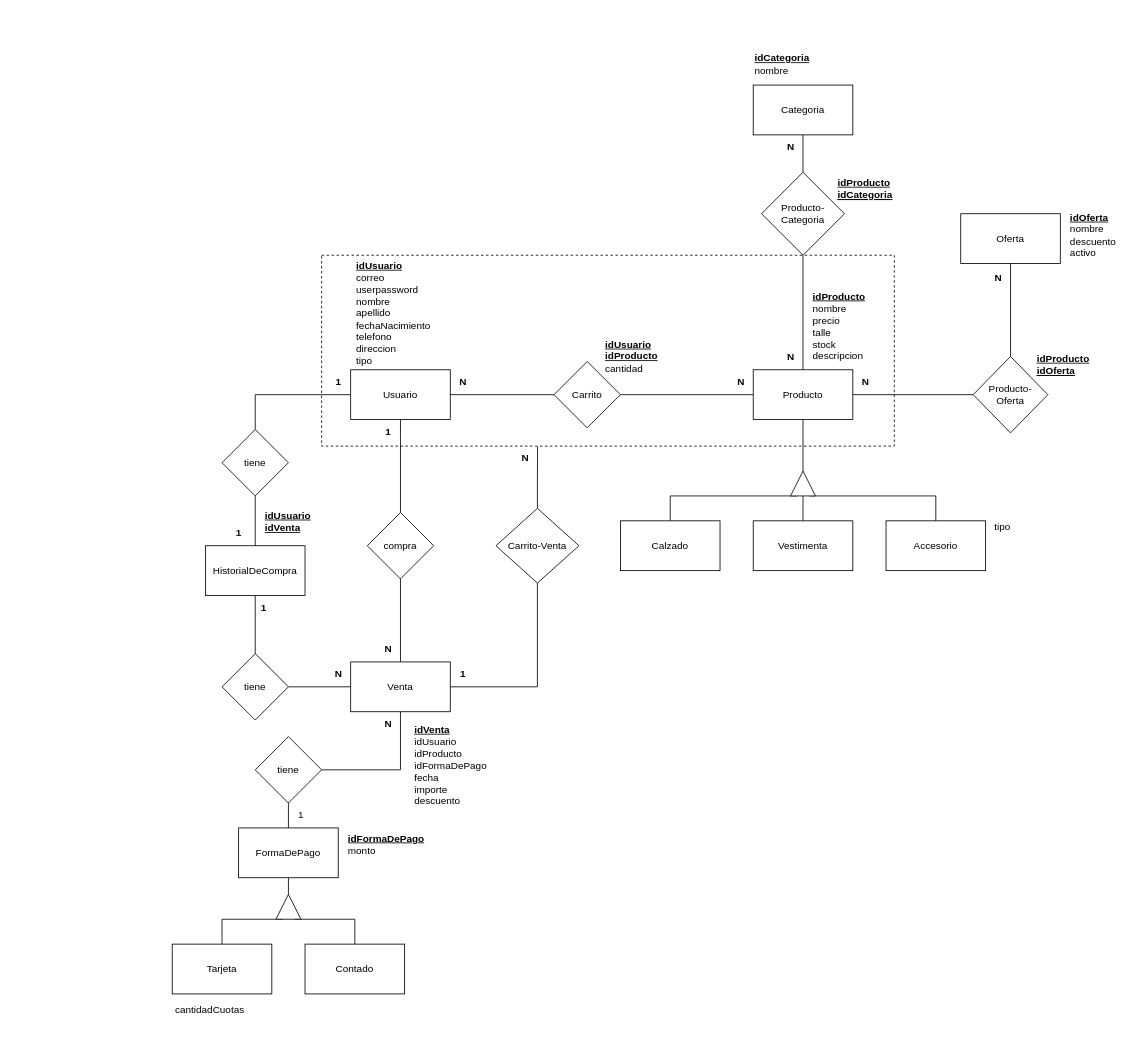
Before: documentacion-Ecommerce/MEREcommerce.drawio in YolausGG/ProyectosReact-TrocheGodoy, a draw.io diagram. Source tidied: cells renumbered, new cells numbered last; positions are measured from the earlier drawing's top-left corner, leaving out a move shared by most shapes. Both pictures are drawn from the tidied source at 83%, with x=0, y=0 at pixel (164, 56).
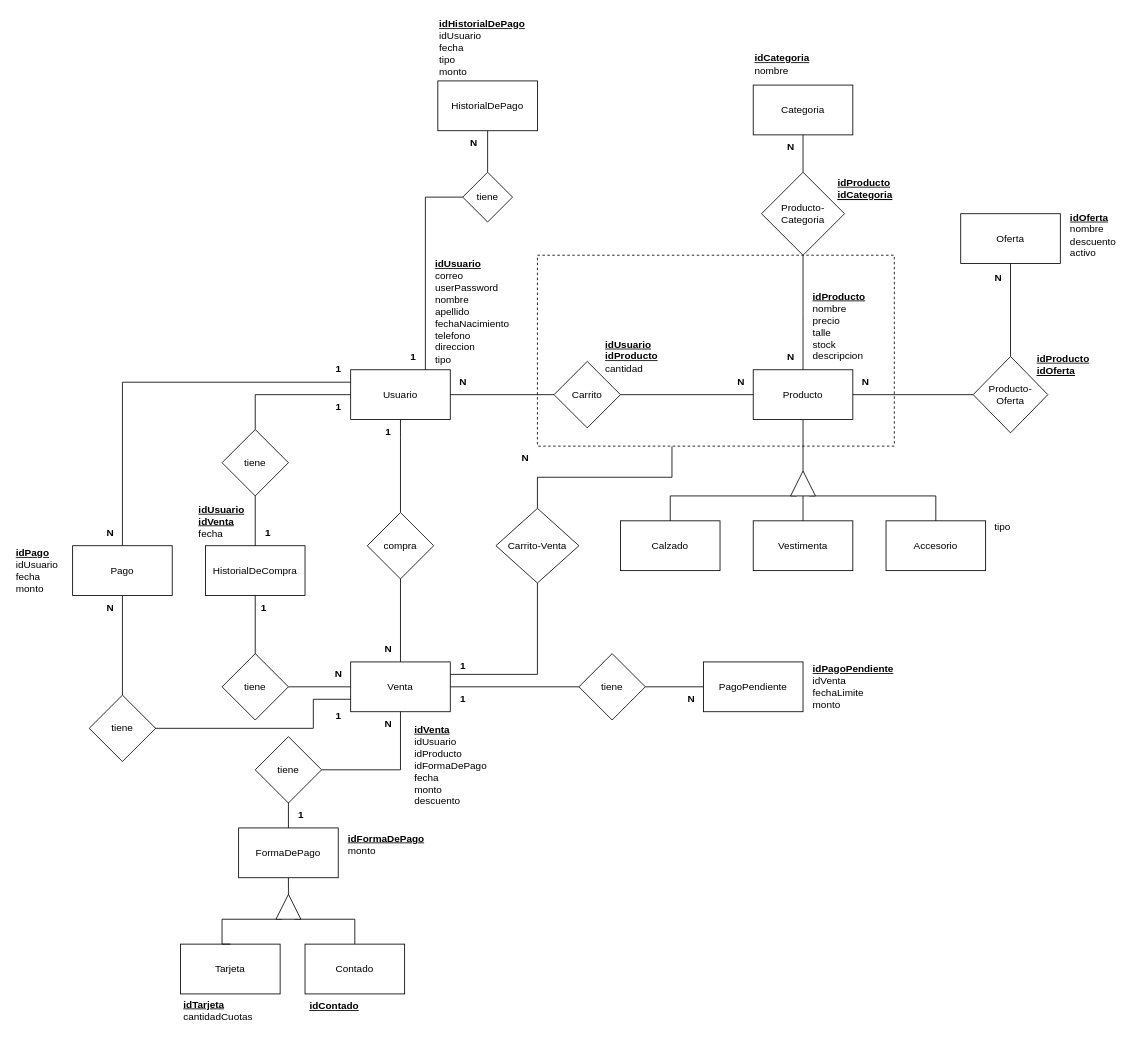
After the change.

The change refers to these unchanged cells:
```xml
<mxCell id="6" value="Usuario" style="rounded=0;whiteSpace=wrap;html=1;" parent="1" vertex="1">
  <mxGeometry x="225" y="378" width="120" height="60" as="geometry" />
</mxCell>
<mxCell id="8" value="Venta" style="whiteSpace=wrap;html=1;" parent="1" vertex="1">
  <mxGeometry x="225" y="730" width="120" height="60" as="geometry" />
</mxCell>
<mxCell id="29" value="Carrito-Venta" style="rhombus;whiteSpace=wrap;html=1;" parent="1" vertex="1">
  <mxGeometry x="400" y="545" width="100" height="90" as="geometry" />
</mxCell>
```

Change to the diagram source:
```diff
@@
+    <mxCell id="77" style="edgeStyle=orthogonalEdgeStyle;rounded=0;jettySize=auto;html=1;exitX=0.5;exitY=0;exitDx=0;exitDy=0;entryX=0.5;entryY=1;entryDx=0;entryDy=0;endArrow=none;endFill=0;" parent="1" edge="1" source="83" target="81">
+      <mxGeometry relative="1" as="geometry" />
+    </mxCell>
+    <mxCell id="78" style="edgeStyle=orthogonalEdgeStyle;rounded=0;jettySize=auto;html=1;exitX=0;exitY=0.25;exitDx=0;exitDy=0;entryX=0.5;entryY=0;entryDx=0;entryDy=0;endArrow=none;endFill=0;" parent="1" edge="1" source="6" target="90">
+      <mxGeometry relative="1" as="geometry" />
+    </mxCell>
@@
-    <mxCell id="7" style="edgeStyle=orthogonalEdgeStyle;rounded=0;jettySize=auto;html=1;entryX=0.5;entryY=1;entryDx=0;entryDy=0;endArrow=none;endFill=0;" parent="1" edge="1" source="8" target="29">
-      <mxGeometry relative="1" as="geometry" />
+    <mxCell id="7" style="edgeStyle=orthogonalEdgeStyle;rounded=0;jettySize=auto;html=1;entryX=0.5;entryY=1;entryDx=0;entryDy=0;endArrow=none;endFill=0;exitX=1;exitY=0.25;exitDx=0;exitDy=0;" parent="1" edge="1" source="8" target="29">
+      <mxGeometry relative="1" as="geometry">
+        <Array as="points">
+          <mxPoint x="450" y="745" />
+        </Array>
+      </mxGeometry>
     </mxCell>
+    <mxCell id="79" style="edgeStyle=orthogonalEdgeStyle;rounded=0;jettySize=auto;html=1;exitX=0.5;exitY=0;exitDx=0;exitDy=0;entryX=0.5;entryY=1;entryDx=0;entryDy=0;endArrow=none;endFill=0;" parent="1" edge="1" source="92" target="90">
+      <mxGeometry relative="1" as="geometry" />
+    </mxCell>
+    <mxCell id="80" style="edgeStyle=orthogonalEdgeStyle;rounded=0;jettySize=auto;html=1;entryX=0;entryY=0.5;entryDx=0;entryDy=0;endArrow=none;endFill=0;" parent="1" edge="1" source="8" target="88">
+      <mxGeometry relative="1" as="geometry" />
+    </mxCell>
@@
     <mxCell id="19" value="1" style="text;html=1;align=center;verticalAlign=middle;strokeColor=none;fillColor=none;fontStyle=1;" parent="1" vertex="1">
-      <mxGeometry x="195" y="378" width="30" height="30" as="geometry" />
+      <mxGeometry x="195" y="408" width="30" height="30" as="geometry" />
     </mxCell>
@@
     <mxCell id="26" value="1" style="text;html=1;align=center;verticalAlign=middle;strokeColor=none;fillColor=none;fontStyle=1;" parent="1" vertex="1">
-      <mxGeometry x="75" y="560" width="30" height="30" as="geometry" />
+      <mxGeometry x="110" y="560" width="30" height="30" as="geometry" />
     </mxCell>
@@
     <mxCell id="30" style="rounded=0;whiteSpace=wrap;html=1;dashed=1;fillColor=none;" parent="1" vertex="1">
-      <mxGeometry x="190" y="240" width="690" height="230" as="geometry" />
+      <mxGeometry x="450" y="240" width="430" height="230" as="geometry" />
     </mxCell>
@@
     <mxCell id="39" value="1" style="text;html=1;align=center;verticalAlign=middle;strokeColor=none;fillColor=none;fontStyle=1;" parent="1" vertex="1">
-      <mxGeometry x="345" y="730" width="30" height="30" as="geometry" />
+      <mxGeometry x="345" y="720" width="30" height="30" as="geometry" />
     </mxCell>
-    <mxCell id="40" value="&lt;div style=&quot;text-align: left;&quot;&gt;&lt;b style=&quot;background-color: initial;&quot;&gt;&lt;u&gt;idCategoria&lt;/u&gt;&lt;/b&gt;&lt;/div&gt;&lt;div style=&quot;text-align: left;&quot;&gt;&lt;span style=&quot;background-color: initial;&quot;&gt;nombre&lt;/span&gt;&lt;/div&gt;" style="text;html=1;strokeColor=none;fillColor=none;align=center;verticalAlign=middle;whiteSpace=wrap;rounded=0;" parent="1" vertex="1">
+    <mxCell id="40" value="&lt;div style=&quot;text-align: left;&quot;&gt;&lt;b style=&quot;background-color: initial;&quot;&gt;&lt;u&gt;idCategoria&lt;/u&gt;&lt;/b&gt;&lt;/div&gt;&lt;div style=&quot;text-align: left;&quot;&gt;&lt;span style=&quot;background-color: initial;&quot;&gt;nombre&lt;/span&gt;&lt;/div&gt;" style="text;html=1;strokeColor=none;fillColor=none;align=center;verticalAlign=middle;rounded=0;whiteSpace=wrap;" parent="1" vertex="1">
       <mxGeometry x="720" width="50" height="20" as="geometry" />
     </mxCell>
@@
-    <mxCell id="52" value="&lt;u&gt;idUsuario&lt;/u&gt;&lt;br&gt;&lt;span style=&quot;font-weight: normal;&quot;&gt;correo&lt;br&gt;userpassword&lt;/span&gt;&lt;br&gt;&lt;span style=&quot;font-weight: 400;&quot;&gt;nombre&lt;br&gt;&lt;/span&gt;&lt;span style=&quot;font-weight: normal;&quot;&gt;apellido&lt;/span&gt;&lt;br&gt;&lt;span style=&quot;font-weight: normal;&quot;&gt;fechaNacimiento&lt;/span&gt;&lt;br&gt;&lt;span style=&quot;font-weight: normal;&quot;&gt;telefono&lt;br&gt;direccion&lt;br&gt;tipo&lt;/span&gt;&lt;br&gt;&lt;div style=&quot;font-weight: normal;&quot;&gt;&lt;/div&gt;" style="text;html=1;strokeColor=none;fillColor=none;align=left;verticalAlign=middle;whiteSpace=wrap;rounded=0;fontStyle=1;" parent="1" vertex="1">
-      <mxGeometry x="230" y="270" width="145" height="80" as="geometry" />
+    <mxCell id="52" value="&lt;u&gt;idUsuario&lt;/u&gt;&lt;br&gt;&lt;span style=&quot;font-weight: normal;&quot;&gt;correo&lt;br&gt;userPassword&lt;/span&gt;&lt;br&gt;&lt;span style=&quot;font-weight: 400;&quot;&gt;nombre&lt;br&gt;&lt;/span&gt;&lt;span style=&quot;font-weight: normal;&quot;&gt;apellido&lt;/span&gt;&lt;br&gt;&lt;span style=&quot;font-weight: normal;&quot;&gt;fechaNacimiento&lt;/span&gt;&lt;br&gt;&lt;span style=&quot;font-weight: normal;&quot;&gt;telefono&lt;br&gt;direccion&lt;br&gt;tipo&lt;/span&gt;&lt;br&gt;&lt;div style=&quot;font-weight: normal;&quot;&gt;&lt;/div&gt;" style="text;html=1;strokeColor=none;fillColor=none;align=left;verticalAlign=middle;whiteSpace=wrap;rounded=0;fontStyle=1;" parent="1" vertex="1">
+      <mxGeometry x="325" y="268" width="95" height="80" as="geometry" />
     </mxCell>
-    <mxCell id="53" value="&lt;u&gt;idVenta&lt;br&gt;&lt;/u&gt;&lt;span style=&quot;border-color: var(--border-color);&quot;&gt;&lt;span style=&quot;border-color: var(--border-color);&quot;&gt;&lt;span style=&quot;font-weight: 400;&quot;&gt;idUsuario&lt;/span&gt;&lt;br style=&quot;border-color: var(--border-color);&quot;&gt;&lt;/span&gt;&lt;/span&gt;&lt;font style=&quot;border-color: var(--border-color);&quot;&gt;&lt;span style=&quot;border-color: var(--border-color); font-weight: normal;&quot;&gt;idProducto&lt;br&gt;&lt;/span&gt;&lt;span style=&quot;font-weight: normal;&quot;&gt;idFormaDePago&lt;/span&gt;&lt;br style=&quot;border-color: var(--border-color);&quot;&gt;&lt;span style=&quot;font-weight: 400;&quot;&gt;fecha&lt;br&gt;&lt;/span&gt;&lt;span style=&quot;font-weight: normal;&quot;&gt;importe&lt;br&gt;descuento&lt;/span&gt;&lt;br style=&quot;border-color: var(--border-color);&quot;&gt;&lt;/font&gt;&lt;div style=&quot;font-weight: normal;&quot;&gt;&lt;/div&gt;" style="text;html=1;strokeColor=none;fillColor=none;align=left;verticalAlign=middle;whiteSpace=wrap;rounded=0;fontStyle=1;" parent="1" vertex="1">
+    <mxCell id="53" value="&lt;u&gt;idVenta&lt;br&gt;&lt;/u&gt;&lt;span style=&quot;border-color: var(--border-color);&quot;&gt;&lt;span style=&quot;border-color: var(--border-color);&quot;&gt;&lt;span style=&quot;font-weight: 400;&quot;&gt;idUsuario&lt;/span&gt;&lt;br style=&quot;border-color: var(--border-color);&quot;&gt;&lt;/span&gt;&lt;/span&gt;&lt;font style=&quot;border-color: var(--border-color);&quot;&gt;&lt;span style=&quot;border-color: var(--border-color); font-weight: normal;&quot;&gt;idProducto&lt;br&gt;&lt;/span&gt;&lt;span style=&quot;font-weight: normal;&quot;&gt;idFormaDePago&lt;/span&gt;&lt;br style=&quot;border-color: var(--border-color);&quot;&gt;&lt;span style=&quot;font-weight: 400;&quot;&gt;fecha&lt;br&gt;&lt;/span&gt;&lt;span style=&quot;font-weight: normal;&quot;&gt;monto&lt;br&gt;descuento&lt;/span&gt;&lt;br style=&quot;border-color: var(--border-color);&quot;&gt;&lt;/font&gt;&lt;div style=&quot;font-weight: normal;&quot;&gt;&lt;/div&gt;" style="text;html=1;strokeColor=none;fillColor=none;align=left;verticalAlign=middle;whiteSpace=wrap;rounded=0;fontStyle=1;" parent="1" vertex="1">
       <mxGeometry x="300" y="790" width="100" height="130" as="geometry" />
     </mxCell>
@@
     <mxCell id="56" value="Tarjeta" style="rounded=0;whiteSpace=wrap;html=1;" parent="1" vertex="1">
-      <mxGeometry x="10" y="1070" width="120" height="60" as="geometry" />
+      <mxGeometry x="20" y="1070" width="120" height="60" as="geometry" />
     </mxCell>
@@
-    <mxCell id="61" value="cantidadCuotas" style="text;html=1;align=center;verticalAlign=middle;strokeColor=none;fillColor=none;" parent="1" vertex="1">
-      <mxGeometry y="1135" width="110" height="30" as="geometry" />
+    <mxCell id="61" value="&lt;div style=&quot;text-align: left;&quot;&gt;&lt;span style=&quot;background-color: initial;&quot;&gt;&lt;b&gt;&lt;u&gt;idTarjeta&lt;/u&gt;&lt;/b&gt;&lt;/span&gt;&lt;/div&gt;cantidadCuotas" style="text;html=1;align=center;verticalAlign=middle;strokeColor=none;fillColor=none;" parent="1" vertex="1">
+      <mxGeometry x="10" y="1130" width="110" height="40" as="geometry" />
     </mxCell>
@@
-    <mxCell id="66" value="1" style="text;html=1;align=center;verticalAlign=middle;strokeColor=none;fillColor=none;" parent="1" vertex="1">
+    <mxCell id="66" value="1" style="text;html=1;align=center;verticalAlign=middle;strokeColor=none;fillColor=none;fontStyle=1;" parent="1" vertex="1">
       <mxGeometry x="150" y="900" width="30" height="30" as="geometry" />
     </mxCell>
@@
-    <mxCell id="74" value="&lt;font style=&quot;font-size: 12px;&quot;&gt;&lt;b&gt;&lt;u&gt;idUsuario&lt;/u&gt;&lt;/b&gt;&lt;br&gt;&lt;u style=&quot;font-weight: bold;&quot;&gt;idVenta&lt;/u&gt;&lt;br&gt;&lt;/font&gt;" style="text;html=1;strokeColor=none;fillColor=none;align=left;verticalAlign=middle;whiteSpace=wrap;rounded=0;" parent="1" vertex="1">
-      <mxGeometry x="120" y="540" width="125" height="42" as="geometry" />
+    <mxCell id="74" value="&lt;font style=&quot;font-size: 12px;&quot;&gt;&lt;b&gt;&lt;u&gt;idUsuario&lt;/u&gt;&lt;/b&gt;&lt;br&gt;&lt;u style=&quot;font-weight: bold;&quot;&gt;idVenta&lt;br&gt;&lt;/u&gt;fecha&lt;br&gt;&lt;/font&gt;" style="text;html=1;strokeColor=none;fillColor=none;align=left;verticalAlign=middle;whiteSpace=wrap;rounded=0;" parent="1" vertex="1">
+      <mxGeometry x="40" y="540" width="65" height="42" as="geometry" />
     </mxCell>
@@
+    <mxCell id="81" value="HistorialDePago" style="rounded=0;whiteSpace=wrap;html=1;" parent="1" vertex="1">
+      <mxGeometry x="330" y="30" width="120" height="60" as="geometry" />
+    </mxCell>
+    <mxCell id="82" style="edgeStyle=orthogonalEdgeStyle;rounded=0;jettySize=auto;html=1;exitX=0.75;exitY=0;exitDx=0;exitDy=0;entryX=0;entryY=0.5;entryDx=0;entryDy=0;endArrow=none;endFill=0;" parent="1" edge="1" source="6" target="83">
+      <mxGeometry relative="1" as="geometry">
+        <Array as="points">
+          <mxPoint x="315" y="170" />
+        </Array>
+      </mxGeometry>
+    </mxCell>
+    <mxCell id="83" value="tiene" style="rhombus;whiteSpace=wrap;html=1;" parent="1" vertex="1">
+      <mxGeometry x="360" y="140" width="60" height="60" as="geometry" />
+    </mxCell>
+    <mxCell id="84" value="1" style="text;html=1;align=center;verticalAlign=middle;strokeColor=none;fillColor=none;fontStyle=1;" parent="1" vertex="1">
+      <mxGeometry x="285" y="348" width="30" height="30" as="geometry" />
+    </mxCell>
+    <mxCell id="85" value="N" style="text;html=1;align=center;verticalAlign=middle;strokeColor=none;fillColor=none;fontStyle=1;" parent="1" vertex="1">
+      <mxGeometry x="357.5" y="90" width="30" height="30" as="geometry" />
+    </mxCell>
+    <mxCell id="86" style="edgeStyle=orthogonalEdgeStyle;rounded=0;jettySize=auto;html=1;exitX=1;exitY=0.5;exitDx=0;exitDy=0;entryX=0;entryY=0.5;entryDx=0;entryDy=0;endArrow=none;endFill=0;" parent="1" edge="1" source="88" target="87">
+      <mxGeometry relative="1" as="geometry" />
+    </mxCell>
+    <mxCell id="87" value="PagoPendiente" style="rounded=0;whiteSpace=wrap;html=1;" parent="1" vertex="1">
+      <mxGeometry x="650" y="730" width="120" height="60" as="geometry" />
+    </mxCell>
+    <mxCell id="88" value="tiene" style="rhombus;whiteSpace=wrap;html=1;" parent="1" vertex="1">
+      <mxGeometry x="500" y="720" width="80" height="80" as="geometry" />
+    </mxCell>
+    <mxCell id="89" value="N" style="text;html=1;align=center;verticalAlign=middle;strokeColor=none;fillColor=none;fontStyle=1;" parent="1" vertex="1">
+      <mxGeometry x="620" y="760" width="30" height="30" as="geometry" />
+    </mxCell>
+    <mxCell id="90" value="Pago" style="rounded=0;whiteSpace=wrap;html=1;" parent="1" vertex="1">
+      <mxGeometry x="-110" y="590" width="120" height="60" as="geometry" />
+    </mxCell>
+    <mxCell id="91" style="edgeStyle=orthogonalEdgeStyle;rounded=0;jettySize=auto;html=1;exitX=0;exitY=0.75;exitDx=0;exitDy=0;entryX=1;entryY=0.5;entryDx=0;entryDy=0;endArrow=none;endFill=0;" parent="1" edge="1" source="8" target="92">
+      <mxGeometry relative="1" as="geometry">
+        <Array as="points">
+          <mxPoint x="180" y="775" />
+          <mxPoint x="180" y="810" />
+          <mxPoint x="-50" y="810" />
+        </Array>
+      </mxGeometry>
+    </mxCell>
+    <mxCell id="92" value="tiene" style="rhombus;whiteSpace=wrap;html=1;" parent="1" vertex="1">
+      <mxGeometry x="-90" y="770" width="80" height="80" as="geometry" />
+    </mxCell>
+    <mxCell id="93" value="1" style="text;html=1;align=center;verticalAlign=middle;strokeColor=none;fillColor=none;fontStyle=1;" parent="1" vertex="1">
+      <mxGeometry x="195" y="780" width="30" height="30" as="geometry" />
+    </mxCell>
+    <mxCell id="94" value="N" style="text;html=1;align=center;verticalAlign=middle;strokeColor=none;fillColor=none;fontStyle=1;" parent="1" vertex="1">
+      <mxGeometry x="-80" y="650" width="30" height="30" as="geometry" />
+    </mxCell>
+    <mxCell id="95" value="N" style="text;html=1;align=center;verticalAlign=middle;strokeColor=none;fillColor=none;fontStyle=1;" parent="1" vertex="1">
+      <mxGeometry x="-80" y="560" width="30" height="30" as="geometry" />
+    </mxCell>
+    <mxCell id="96" value="1" style="text;html=1;align=center;verticalAlign=middle;strokeColor=none;fillColor=none;fontStyle=1;" parent="1" vertex="1">
+      <mxGeometry x="195" y="362" width="30" height="30" as="geometry" />
+    </mxCell>
+    <mxCell id="97" value="&lt;u&gt;idHistorialDePago&lt;/u&gt;&lt;br style=&quot;border-color: var(--border-color); font-weight: 400;&quot;&gt;&lt;span style=&quot;font-weight: 400;&quot;&gt;idUsuario&lt;/span&gt;&lt;br style=&quot;border-color: var(--border-color); font-weight: 400;&quot;&gt;&lt;span style=&quot;font-weight: 400;&quot;&gt;fecha&lt;/span&gt;&lt;br style=&quot;border-color: var(--border-color); font-weight: 400;&quot;&gt;&lt;span style=&quot;font-weight: 400;&quot;&gt;tipo&lt;/span&gt;&lt;br style=&quot;border-color: var(--border-color); font-weight: 400;&quot;&gt;&lt;span style=&quot;font-weight: 400;&quot;&gt;monto&lt;/span&gt;&lt;br&gt;&lt;div style=&quot;font-weight: normal;&quot;&gt;&lt;/div&gt;" style="text;html=1;strokeColor=none;fillColor=none;align=left;verticalAlign=middle;whiteSpace=wrap;rounded=0;fontStyle=1;" parent="1" vertex="1">
+      <mxGeometry x="330" y="-50" width="95" height="80" as="geometry" />
+    </mxCell>
+    <mxCell id="98" value="&lt;u&gt;idPago&lt;/u&gt;&lt;br style=&quot;border-color: var(--border-color); font-weight: 400;&quot;&gt;&lt;span style=&quot;font-weight: 400;&quot;&gt;idUsuario&lt;/span&gt;&lt;br style=&quot;border-color: var(--border-color); font-weight: 400;&quot;&gt;&lt;span style=&quot;font-weight: 400;&quot;&gt;fecha&lt;/span&gt;&lt;br style=&quot;border-color: var(--border-color); font-weight: 400;&quot;&gt;&lt;span style=&quot;font-weight: 400;&quot;&gt;monto&lt;/span&gt;&lt;br&gt;&lt;div style=&quot;font-weight: normal;&quot;&gt;&lt;/div&gt;" style="text;html=1;strokeColor=none;fillColor=none;align=left;verticalAlign=middle;whiteSpace=wrap;rounded=0;fontStyle=1;" parent="1" vertex="1">
+      <mxGeometry x="-180" y="580" width="60" height="80" as="geometry" />
+    </mxCell>
+    <mxCell id="99" value="1" style="text;html=1;align=center;verticalAlign=middle;strokeColor=none;fillColor=none;fontStyle=1;" parent="1" vertex="1">
+      <mxGeometry x="345" y="760" width="30" height="30" as="geometry" />
+    </mxCell>
+    <mxCell id="100" value="&lt;u&gt;idPagoPendiente&lt;/u&gt;&lt;br style=&quot;border-color: var(--border-color); font-weight: 400;&quot;&gt;&lt;span style=&quot;font-weight: 400;&quot;&gt;idVenta&lt;/span&gt;&lt;br style=&quot;border-color: var(--border-color); font-weight: 400;&quot;&gt;&lt;span style=&quot;font-weight: 400;&quot;&gt;fechaLimite&lt;/span&gt;&lt;br style=&quot;border-color: var(--border-color); font-weight: 400;&quot;&gt;&lt;span style=&quot;font-weight: 400;&quot;&gt;monto&lt;/span&gt;&lt;br&gt;&lt;div style=&quot;font-weight: normal;&quot;&gt;&lt;/div&gt;" style="text;html=1;strokeColor=none;fillColor=none;align=left;verticalAlign=middle;whiteSpace=wrap;rounded=0;fontStyle=1;" parent="1" vertex="1">
+      <mxGeometry x="780" y="720" width="110" height="80" as="geometry" />
+    </mxCell>
+    <mxCell id="101" value="&lt;div style=&quot;text-align: left;&quot;&gt;&lt;span style=&quot;background-color: initial;&quot;&gt;&lt;b&gt;&lt;u&gt;idContado&lt;/u&gt;&lt;/b&gt;&lt;/span&gt;&lt;/div&gt;" style="text;html=1;align=center;verticalAlign=middle;strokeColor=none;fillColor=none;" parent="1" vertex="1">
+      <mxGeometry x="165" y="1130" width="80" height="30" as="geometry" />
+    </mxCell>
```
